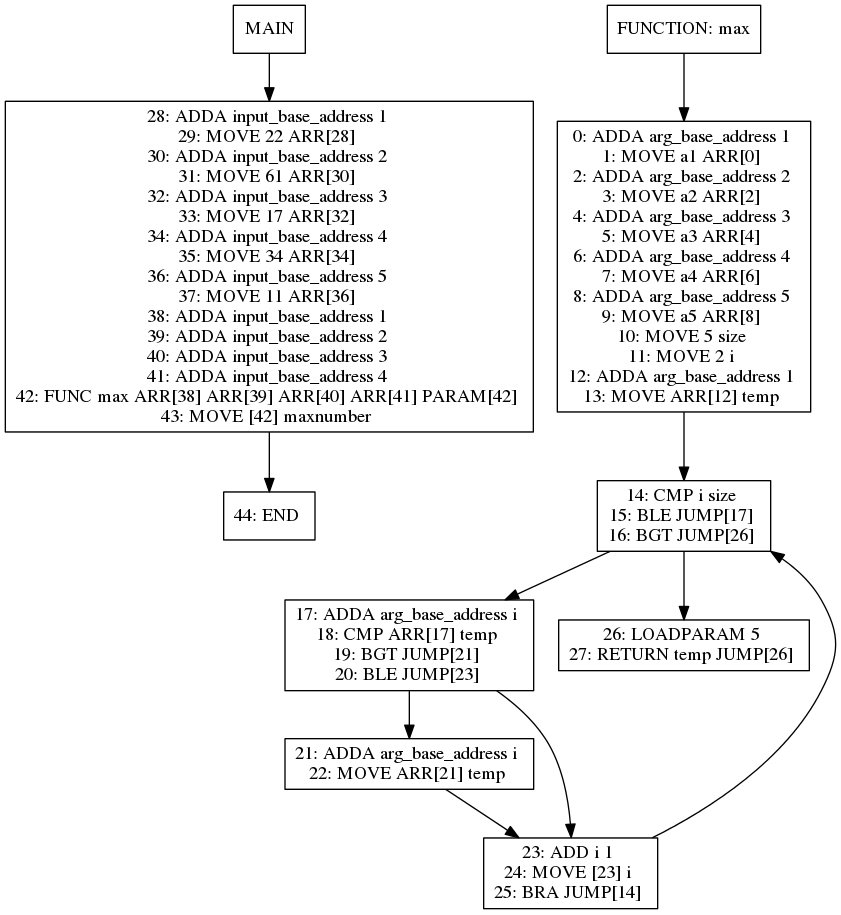
jiahanwang/PL241-Compiler keeps this Graphviz diagram as viz/test004.dot.png. Above is the earlier version. Its source is kept beside it as viz/test004.dot.
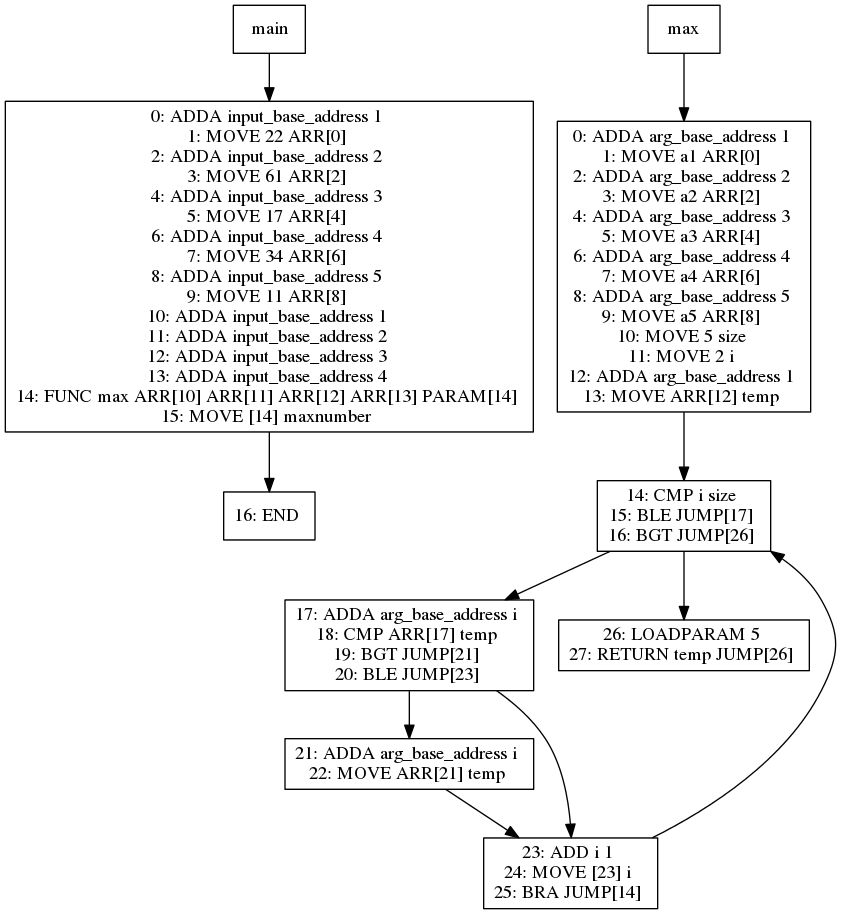
After the change.

Diff of the diagram source:
```diff
@@ -1,30 +1,30 @@
 digraph test004 {
 node [shape=box]
-1[label="MAIN"]
-1 -> 22
-22[label="28: ADDA input_base_address 1
-29: MOVE 22 ARR[28]
-30: ADDA input_base_address 2
-31: MOVE 61 ARR[30]
-32: ADDA input_base_address 3
-33: MOVE 17 ARR[32]
-34: ADDA input_base_address 4
-35: MOVE 34 ARR[34]
-36: ADDA input_base_address 5
-37: MOVE 11 ARR[36]
-38: ADDA input_base_address 1
-39: ADDA input_base_address 2
-40: ADDA input_base_address 3
-41: ADDA input_base_address 4
-42: FUNC max ARR[38] ARR[39] ARR[40] ARR[41] PARAM[42]
-43: MOVE [42] maxnumber
+71[label="main"]
+71 -> 92
+92[label="0: ADDA input_base_address 1
+1: MOVE 22 ARR[0]
+2: ADDA input_base_address 2
+3: MOVE 61 ARR[2]
+4: ADDA input_base_address 3
+5: MOVE 17 ARR[4]
+6: ADDA input_base_address 4
+7: MOVE 34 ARR[6]
+8: ADDA input_base_address 5
+9: MOVE 11 ARR[8]
+10: ADDA input_base_address 1
+11: ADDA input_base_address 2
+12: ADDA input_base_address 3
+13: ADDA input_base_address 4
+14: FUNC max ARR[10] ARR[11] ARR[12] ARR[13] PARAM[14]
+15: MOVE [14] maxnumber
 "]
-22 -> 28
-28[label="44: END
+92 -> 98
+98[label="16: END
 "]
-4[label="FUNCTION: max"]
-4 -> 7
-7[label="0: ADDA arg_base_address 1
+74[label="max"]
+74 -> 77
+77[label="0: ADDA arg_base_address 1
 1: MOVE a1 ARR[0]
 2: ADDA arg_base_address 2
 3: MOVE a2 ARR[2]
@@ -39,30 +39,30 @@
 12: ADDA arg_base_address 1
 13: MOVE ARR[12] temp
 "]
-7 -> 15
-15[label="14: CMP i size
+77 -> 85
+85[label="14: CMP i size
 15: BLE JUMP[17]
 16: BGT JUMP[26]
 "]
-15 -> 17
-17[label="17: ADDA arg_base_address i
+85 -> 87
+87[label="17: ADDA arg_base_address i
 18: CMP ARR[17] temp
 19: BGT JUMP[21]
 20: BLE JUMP[23]
 "]
-17 -> 19
-19[label="21: ADDA arg_base_address i
+87 -> 89
+89[label="21: ADDA arg_base_address i
 22: MOVE ARR[21] temp
 "]
-19 -> 18
-18[label="23: ADD i 1
+89 -> 88
+88[label="23: ADD i 1
 24: MOVE [23] i
 25: BRA JUMP[14]
 "]
-18 -> 15
-17 -> 18
-15 -> 16
-16[label="26: LOADPARAM 5
+88 -> 85
+87 -> 88
+85 -> 86
+86[label="26: LOADPARAM 5
 27: RETURN temp JUMP[26]
 "]
 }
```
